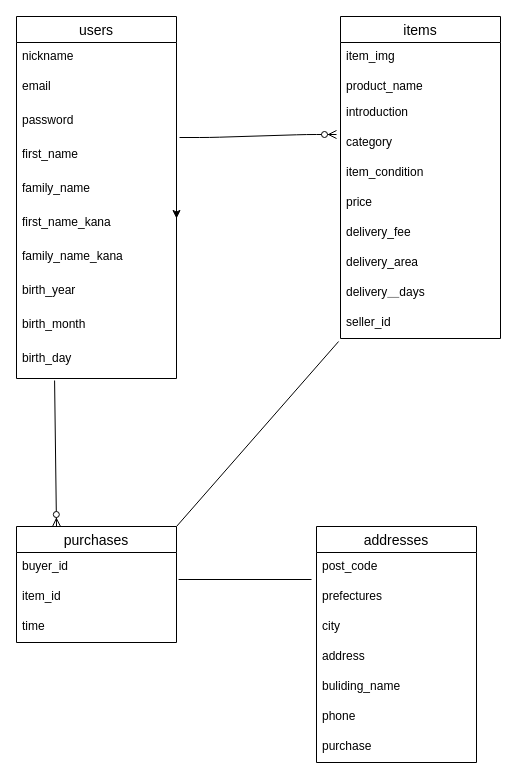
Earlier version of the draw.io diagram test.dio (hiroto0308/furima-31075). Source tidied: cells renumbered, new cells numbered last; positions are measured from the earlier drawing's top-left corner, leaving out a move shared by most shapes. Both pictures are drawn from the tidied source at 100%, with x=0, y=0 at pixel (16, 16).
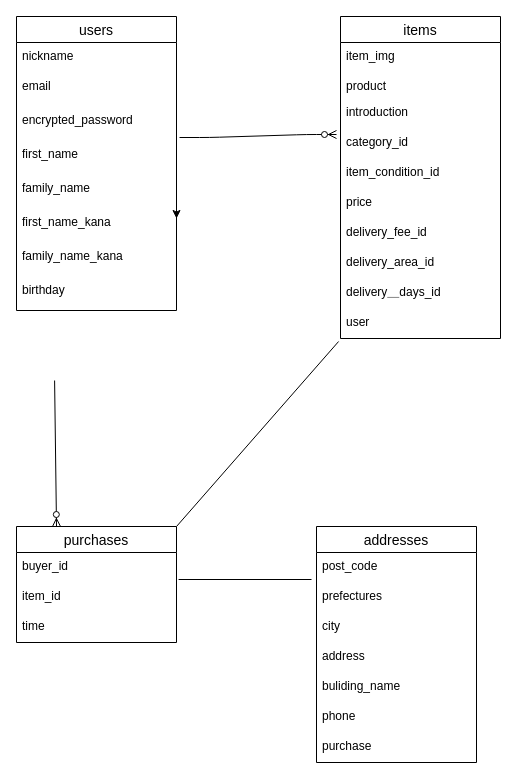
The same diagram, later.

Commit message (it also covers changes not shown here):
テーブル設計(修正１)

The change refers to these unchanged cells:
```xml
<mxCell id="13" value="items" style="swimlane;fontStyle=0;horizontal=1;startSize=26;align=center;fontSize=14;" parent="1" vertex="1">
  <mxGeometry x="324" width="160" height="322" as="geometry" />
</mxCell>
<mxCell id="37" value="purchases" style="swimlane;fontStyle=0;horizontal=1;startSize=26;align=center;fontSize=14;" parent="1" vertex="1">
  <mxGeometry y="510" width="160" height="116" as="geometry" />
</mxCell>
```

The edit, as a diff of the source:
```diff
@@
     <mxCell id="2" value="users" style="swimlane;fontStyle=0;horizontal=1;startSize=26;align=center;fontSize=14;" parent="1" vertex="1">
-      <mxGeometry width="160" height="362" as="geometry" />
+      <mxGeometry width="160" height="294" as="geometry" />
     </mxCell>
@@
-    <mxCell id="5" value="password" style="text;strokeColor=none;fillColor=none;spacingLeft=4;spacingRight=4;overflow=hidden;fontSize=12;" parent="2" vertex="1">
+    <mxCell id="5" value="encrypted_password" style="text;strokeColor=none;fillColor=none;spacingLeft=4;spacingRight=4;overflow=hidden;fontSize=12;" parent="2" vertex="1">
       <mxGeometry y="90" width="160" height="34" as="geometry" />
     </mxCell>
@@
-    <mxCell id="10" value="birth_year" style="text;strokeColor=none;fillColor=none;spacingLeft=4;spacingRight=4;overflow=hidden;fontSize=12;" parent="2" vertex="1">
+    <mxCell id="10" value="birthday" style="text;strokeColor=none;fillColor=none;spacingLeft=4;spacingRight=4;overflow=hidden;fontSize=12;" parent="2" vertex="1">
       <mxGeometry y="260" width="160" height="34" as="geometry" />
     </mxCell>
-    <mxCell id="11" value="birth_month" style="text;strokeColor=none;fillColor=none;spacingLeft=4;spacingRight=4;overflow=hidden;fontSize=12;" parent="2" vertex="1">
-      <mxGeometry y="294" width="160" height="34" as="geometry" />
-    </mxCell>
-    <mxCell id="12" value="birth_day" style="text;strokeColor=none;fillColor=none;spacingLeft=4;spacingRight=4;overflow=hidden;points=[[0,0.5],[1,0.5]];portConstraint=eastwest;fontSize=12;" parent="2" vertex="1">
-      <mxGeometry y="328" width="160" height="34" as="geometry" />
-    </mxCell>
@@
-    <mxCell id="15" value="product_name" style="text;strokeColor=none;fillColor=none;spacingLeft=4;spacingRight=4;overflow=hidden;fontSize=12;" parent="13" vertex="1">
+    <mxCell id="15" value="product" style="text;strokeColor=none;fillColor=none;spacingLeft=4;spacingRight=4;overflow=hidden;fontSize=12;" parent="13" vertex="1">
       <mxGeometry y="56" width="160" height="26" as="geometry" />
     </mxCell>
@@
-    <mxCell id="17" value="category&#10;&#10;" style="text;strokeColor=none;fillColor=none;spacingLeft=4;spacingRight=4;overflow=hidden;points=[[0,0.5],[1,0.5]];portConstraint=eastwest;fontSize=12;" parent="13" vertex="1">
+    <mxCell id="17" value="category_id&#10;&#10;" style="text;strokeColor=none;fillColor=none;spacingLeft=4;spacingRight=4;overflow=hidden;points=[[0,0.5],[1,0.5]];portConstraint=eastwest;fontSize=12;" parent="13" vertex="1">
       <mxGeometry y="112" width="160" height="30" as="geometry" />
     </mxCell>
-    <mxCell id="18" value="item_condition" style="text;strokeColor=none;fillColor=none;spacingLeft=4;spacingRight=4;overflow=hidden;fontSize=12;" parent="13" vertex="1">
+    <mxCell id="18" value="item_condition_id" style="text;strokeColor=none;fillColor=none;spacingLeft=4;spacingRight=4;overflow=hidden;fontSize=12;" parent="13" vertex="1">
       <mxGeometry y="142" width="160" height="30" as="geometry" />
     </mxCell>
@@
-    <mxCell id="20" value="delivery_fee" style="text;strokeColor=none;fillColor=none;spacingLeft=4;spacingRight=4;overflow=hidden;fontSize=12;" parent="13" vertex="1">
+    <mxCell id="20" value="delivery_fee_id" style="text;strokeColor=none;fillColor=none;spacingLeft=4;spacingRight=4;overflow=hidden;fontSize=12;" parent="13" vertex="1">
       <mxGeometry y="202" width="160" height="30" as="geometry" />
     </mxCell>
-    <mxCell id="21" value="delivery_area" style="text;strokeColor=none;fillColor=none;spacingLeft=4;spacingRight=4;overflow=hidden;fontSize=12;" parent="13" vertex="1">
+    <mxCell id="21" value="delivery_area_id" style="text;strokeColor=none;fillColor=none;spacingLeft=4;spacingRight=4;overflow=hidden;fontSize=12;" parent="13" vertex="1">
       <mxGeometry y="232" width="160" height="30" as="geometry" />
     </mxCell>
-    <mxCell id="22" value="delivery＿days&#10;" style="text;strokeColor=none;fillColor=none;spacingLeft=4;spacingRight=4;overflow=hidden;fontSize=12;" parent="13" vertex="1">
+    <mxCell id="22" value="delivery＿days_id&#10;" style="text;strokeColor=none;fillColor=none;spacingLeft=4;spacingRight=4;overflow=hidden;fontSize=12;" parent="13" vertex="1">
       <mxGeometry y="262" width="160" height="30" as="geometry" />
     </mxCell>
-    <mxCell id="23" value="seller_id" style="text;strokeColor=none;fillColor=none;spacingLeft=4;spacingRight=4;overflow=hidden;points=[[0,0.5],[1,0.5]];portConstraint=eastwest;fontSize=12;" parent="13" vertex="1">
+    <mxCell id="23" value="user" style="text;strokeColor=none;fillColor=none;spacingLeft=4;spacingRight=4;overflow=hidden;points=[[0,0.5],[1,0.5]];portConstraint=eastwest;fontSize=12;" parent="13" vertex="1">
       <mxGeometry y="292" width="160" height="30" as="geometry" />
     </mxCell>
@@
-    <mxCell id="26" style="fontSize=12;html=1;endArrow=ERzeroToMany;endFill=1;entryX=0.25;entryY=0;entryDx=0;entryDy=0;exitX=0.238;exitY=1.059;exitDx=0;exitDy=0;exitPerimeter=0;" parent="1" edge="1" source="12" target="37">
-      <mxGeometry relative="1" as="geometry" />
+    <mxCell id="26" style="fontSize=12;html=1;endArrow=ERzeroToMany;endFill=1;entryX=0.25;entryY=0;entryDx=0;entryDy=0;exitX=0.238;exitY=1.059;exitDx=0;exitDy=0;exitPerimeter=0;" parent="1" edge="1" target="37">
+      <mxGeometry relative="1" as="geometry">
+        <mxPoint x="38.1" y="364" as="sourcePoint" />
+      </mxGeometry>
     </mxCell>
```
